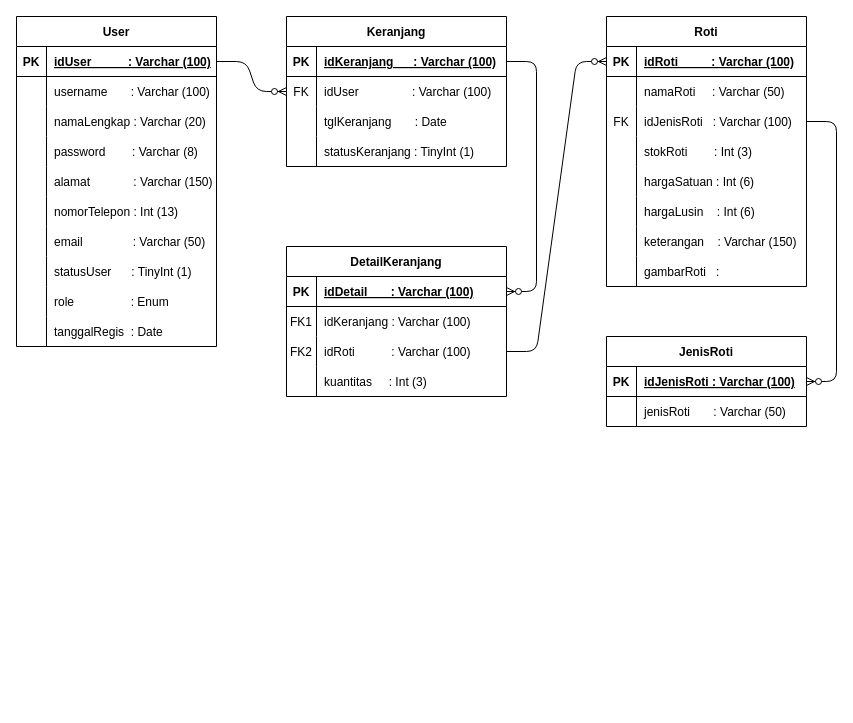
This is Diagram/ERD.drawio from Bluesafif/FinalProject_Bootcamp, a draw.io file, before an edit. Source tidied: cells renumbered, new cells numbered last; positions are measured from the earlier drawing's top-left corner, leaving out a move shared by most shapes. Both pictures are drawn from the tidied source at 100%, with x=0, y=0 at pixel (16, 16).
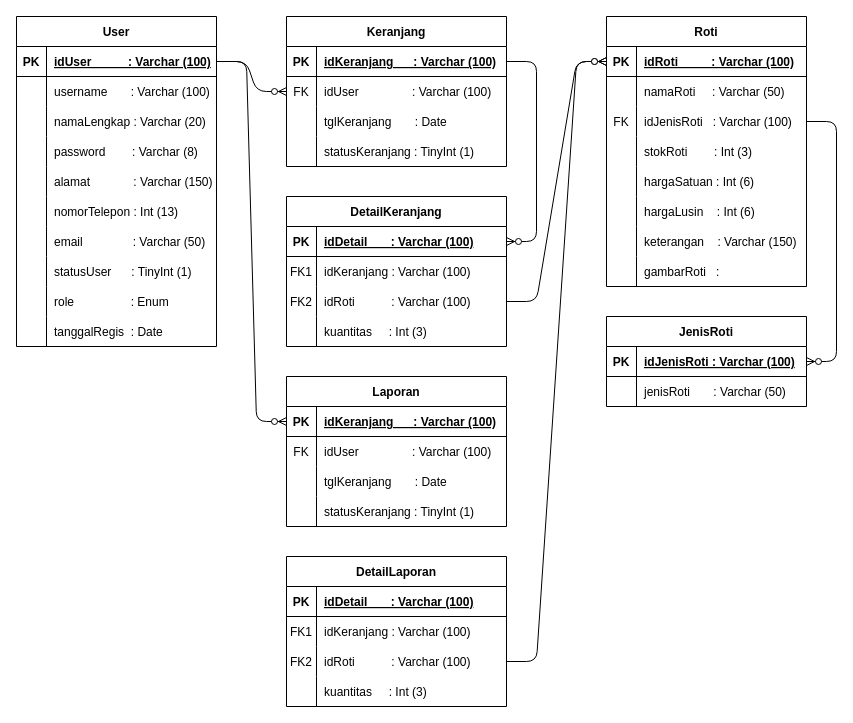
Above is the later version.

The change refers to these unchanged cells:
```xml
<mxCell id="3" style="shape=partialRectangle;fillColor=none;top=0;left=0;bottom=1;right=0;points=[[0,0.5],[1,0.5]];portConstraint=eastwest;" parent="2" vertex="1">
  <mxGeometry y="30" width="200" height="30" as="geometry" />
</mxCell>
<mxCell id="34" style="shape=partialRectangle;fillColor=none;top=0;left=0;bottom=1;right=0;points=[[0,0.5],[1,0.5]];portConstraint=eastwest;" parent="33" vertex="1">
  <mxGeometry y="30" width="200" height="30" as="geometry" />
</mxCell>
```

Change to the diagram source:
```diff
@@
     <mxCell id="71" value="DetailKeranjang" style="shape=table;startSize=30;childLayout=tableLayout;rowLines=0;fontStyle=1;align=center;" parent="1" vertex="1">
-      <mxGeometry x="270" y="230" width="220" height="150" as="geometry" />
+      <mxGeometry x="270" y="180" width="220" height="150" as="geometry" />
     </mxCell>
@@
     <mxCell id="86" value="JenisRoti" style="shape=table;startSize=30;childLayout=tableLayout;rowLines=0;fontStyle=1;align=center;" parent="1" vertex="1">
-      <mxGeometry x="590" y="320" width="200" height="90" as="geometry" />
+      <mxGeometry x="590" y="300" width="200" height="90" as="geometry" />
     </mxCell>
@@
+    <mxCell id="95" value="Laporan" style="shape=table;startSize=30;childLayout=tableLayout;rowLines=0;fontStyle=1;align=center;" parent="1" vertex="1">
+      <mxGeometry x="270" y="360" width="220" height="150" as="geometry" />
+    </mxCell>
+    <mxCell id="96" style="shape=partialRectangle;fillColor=none;top=0;left=0;bottom=1;right=0;points=[[0,0.5],[1,0.5]];portConstraint=eastwest;" parent="95" vertex="1">
+      <mxGeometry y="30" width="220" height="30" as="geometry" />
+    </mxCell>
+    <mxCell id="97" value="PK" style="shape=partialRectangle;fillColor=none;top=0;left=0;bottom=0;right=0;fontStyle=1;overflow=hidden;" parent="96" vertex="1">
+      <mxGeometry width="30" height="30" as="geometry" />
+    </mxCell>
+    <mxCell id="98" value="idKeranjang      : Varchar (100)" style="shape=partialRectangle;fillColor=none;top=0;left=0;bottom=0;right=0;align=left;spacingLeft=6;fontStyle=5;overflow=hidden;" parent="96" vertex="1">
+      <mxGeometry x="30" width="190" height="30" as="geometry" />
+    </mxCell>
+    <mxCell id="99" style="shape=partialRectangle;fillColor=none;top=0;left=0;bottom=0;right=0;" parent="95" vertex="1">
+      <mxGeometry y="60" width="220" height="30" as="geometry" />
+    </mxCell>
+    <mxCell id="100" value="FK" style="shape=partialRectangle;fillColor=none;top=0;left=0;bottom=0;right=0;fontStyle=0;overflow=hidden;" parent="99" vertex="1">
+      <mxGeometry width="30" height="30" as="geometry" />
+    </mxCell>
+    <mxCell id="101" value="idUser                : Varchar (100)" style="shape=partialRectangle;fillColor=none;top=0;left=0;bottom=0;right=0;align=left;spacingLeft=6;fontStyle=0;overflow=hidden;" parent="99" vertex="1">
+      <mxGeometry x="30" width="190" height="30" as="geometry" />
+    </mxCell>
+    <mxCell id="102" style="shape=partialRectangle;fillColor=none;top=0;left=0;bottom=0;right=0;" parent="95" vertex="1">
+      <mxGeometry y="90" width="220" height="30" as="geometry" />
+    </mxCell>
+    <mxCell id="103" style="shape=partialRectangle;fillColor=none;top=0;left=0;bottom=0;right=0;overflow=hidden;" parent="102" vertex="1">
+      <mxGeometry width="30" height="30" as="geometry" />
+    </mxCell>
+    <mxCell id="104" value="tglKeranjang       : Date" style="shape=partialRectangle;fillColor=none;top=0;left=0;bottom=0;right=0;align=left;spacingLeft=6;overflow=hidden;" parent="102" vertex="1">
+      <mxGeometry x="30" width="190" height="30" as="geometry" />
+    </mxCell>
+    <mxCell id="105" style="shape=partialRectangle;fillColor=none;top=0;left=0;bottom=0;right=0;" parent="95" vertex="1">
+      <mxGeometry y="120" width="220" height="30" as="geometry" />
+    </mxCell>
+    <mxCell id="106" style="shape=partialRectangle;fillColor=none;top=0;left=0;bottom=0;right=0;overflow=hidden;" parent="105" vertex="1">
+      <mxGeometry width="30" height="30" as="geometry" />
+    </mxCell>
+    <mxCell id="107" value="statusKeranjang : TinyInt (1)" style="shape=partialRectangle;fillColor=none;top=0;left=0;bottom=0;right=0;align=left;spacingLeft=6;overflow=hidden;" parent="105" vertex="1">
+      <mxGeometry x="30" width="190" height="30" as="geometry" />
+    </mxCell>
+    <mxCell id="108" value="DetailLaporan" style="shape=table;startSize=30;childLayout=tableLayout;rowLines=0;fontStyle=1;align=center;" parent="1" vertex="1">
+      <mxGeometry x="270" y="540" width="220" height="150" as="geometry" />
+    </mxCell>
+    <mxCell id="109" style="shape=partialRectangle;fillColor=none;top=0;left=0;bottom=1;right=0;" parent="108" vertex="1">
+      <mxGeometry y="30" width="220" height="30" as="geometry" />
+    </mxCell>
+    <mxCell id="110" value="PK" style="shape=partialRectangle;fillColor=none;top=0;left=0;bottom=0;right=0;fontStyle=1;overflow=hidden;" parent="109" vertex="1">
+      <mxGeometry width="30" height="30" as="geometry" />
+    </mxCell>
+    <mxCell id="111" value="idDetail       : Varchar (100)" style="shape=partialRectangle;fillColor=none;top=0;left=0;bottom=0;right=0;align=left;spacingLeft=6;fontStyle=5;overflow=hidden;" parent="109" vertex="1">
+      <mxGeometry x="30" width="190" height="30" as="geometry" />
+    </mxCell>
+    <mxCell id="112" style="shape=partialRectangle;fillColor=none;top=0;left=0;bottom=0;right=0;" parent="108" vertex="1">
+      <mxGeometry y="60" width="220" height="30" as="geometry" />
+    </mxCell>
+    <mxCell id="113" value="FK1" style="shape=partialRectangle;fillColor=none;top=0;left=0;bottom=0;right=0;fontStyle=0;overflow=hidden;" parent="112" vertex="1">
+      <mxGeometry width="30" height="30" as="geometry" />
+    </mxCell>
+    <mxCell id="114" value="idKeranjang : Varchar (100)" style="shape=partialRectangle;fillColor=none;top=0;left=0;bottom=0;right=0;align=left;spacingLeft=6;fontStyle=0;overflow=hidden;" parent="112" vertex="1">
+      <mxGeometry x="30" width="190" height="30" as="geometry" />
+    </mxCell>
+    <mxCell id="115" style="shape=partialRectangle;fillColor=none;top=0;left=0;bottom=0;right=0;points=[[0,0.5],[1,0.5]];portConstraint=eastwest;" parent="108" vertex="1">
+      <mxGeometry y="90" width="220" height="30" as="geometry" />
+    </mxCell>
+    <mxCell id="116" value="FK2" style="shape=partialRectangle;fillColor=none;top=0;left=0;bottom=0;right=0;fontStyle=0;overflow=hidden;" parent="115" vertex="1">
+      <mxGeometry width="30" height="30" as="geometry" />
+    </mxCell>
+    <mxCell id="117" value="idRoti           : Varchar (100)" style="shape=partialRectangle;fillColor=none;top=0;left=0;bottom=0;right=0;align=left;spacingLeft=6;fontStyle=0;overflow=hidden;" parent="115" vertex="1">
+      <mxGeometry x="30" width="190" height="30" as="geometry" />
+    </mxCell>
+    <mxCell id="118" style="shape=partialRectangle;fillColor=none;top=0;left=0;bottom=0;right=0;" parent="108" vertex="1">
+      <mxGeometry y="120" width="220" height="30" as="geometry" />
+    </mxCell>
+    <mxCell id="119" style="shape=partialRectangle;fillColor=none;top=0;left=0;bottom=0;right=0;overflow=hidden;" parent="118" vertex="1">
+      <mxGeometry width="30" height="30" as="geometry" />
+    </mxCell>
+    <mxCell id="120" value="kuantitas     : Int (3)" style="shape=partialRectangle;fillColor=none;top=0;left=0;bottom=0;right=0;align=left;spacingLeft=6;overflow=hidden;" parent="118" vertex="1">
+      <mxGeometry x="30" width="190" height="30" as="geometry" />
+    </mxCell>
+    <mxCell id="121" style="edgeStyle=entityRelationEdgeStyle;fontSize=12;html=1;endArrow=ERzeroToMany;endFill=1;entryX=0;entryY=0.5;entryDx=0;entryDy=0;exitX=1;exitY=0.5;exitDx=0;exitDy=0;" parent="1" edge="1" source="115" target="34">
+      <mxGeometry relative="1" as="geometry" />
+    </mxCell>
+    <mxCell id="122" style="edgeStyle=entityRelationEdgeStyle;fontSize=12;html=1;endArrow=ERzeroToMany;endFill=1;entryX=0;entryY=0.5;entryDx=0;entryDy=0;exitX=1;exitY=0.5;exitDx=0;exitDy=0;" parent="1" edge="1" source="3" target="96">
+      <mxGeometry relative="1" as="geometry" />
+    </mxCell>
```
